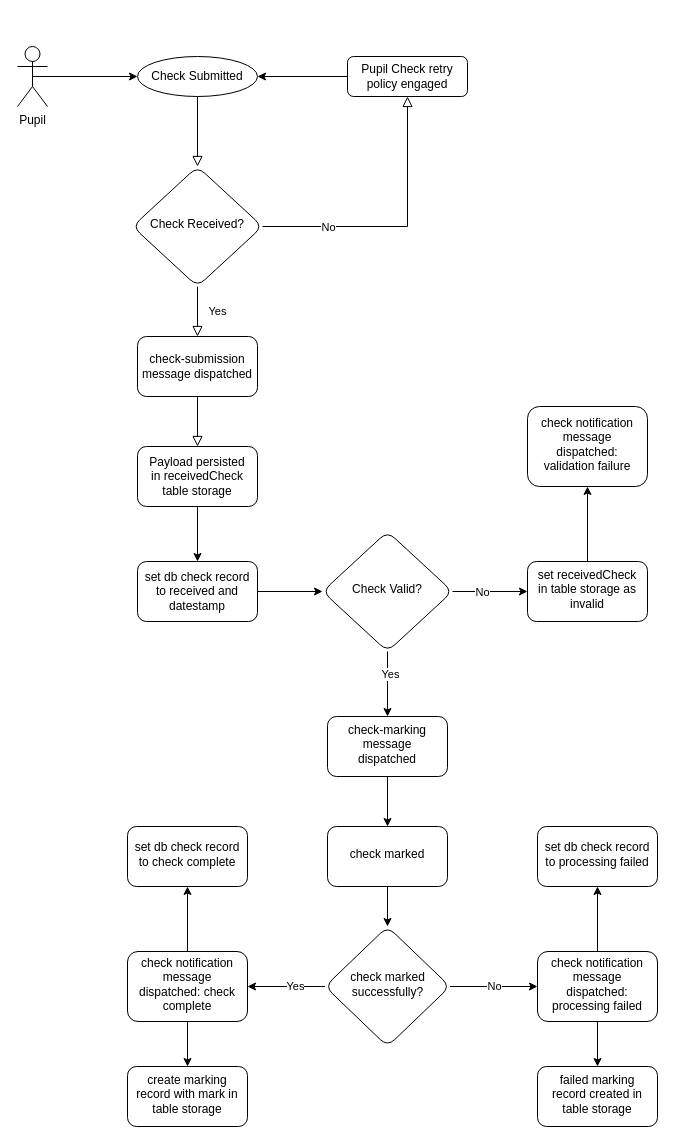
Above: docs/architecture/check-submission/check-submission-flowchart.drawio in DFEAGILEDEVOPS/MTC (draw.io), before the change. Source tidied: cells renumbered, new cells numbered last; positions are measured from the earlier drawing's top-left corner, leaving out a move shared by most shapes. Both pictures are drawn from the tidied source at 100%, with x=0, y=0 at pixel (17, 46).
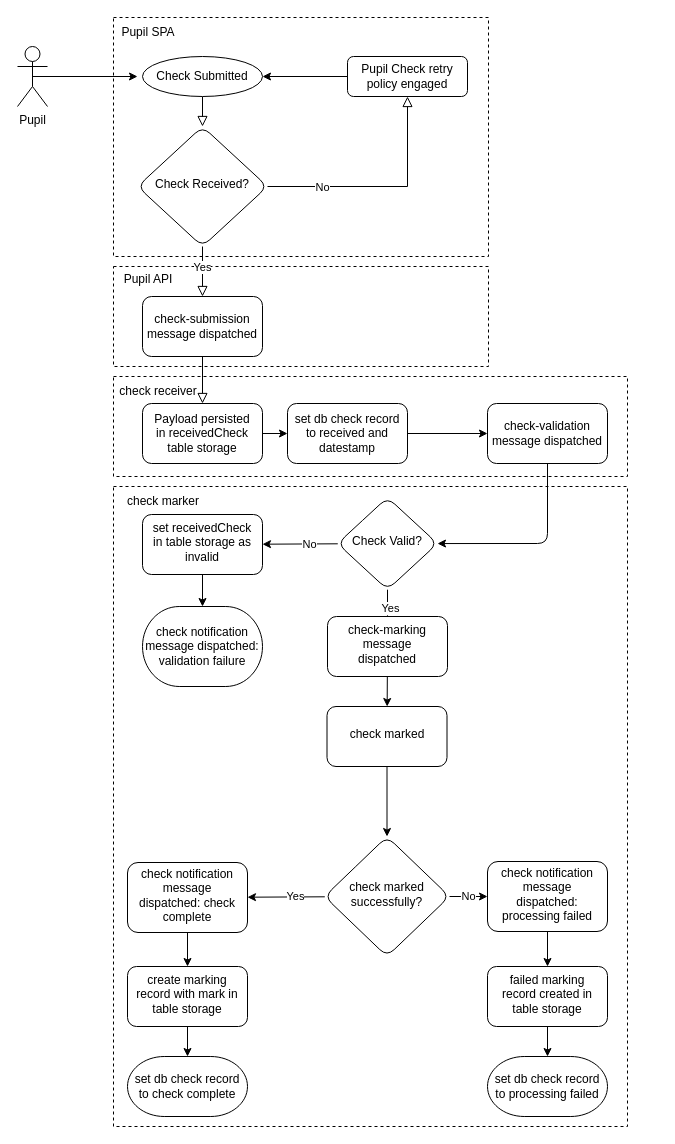
After the change.

Commit message:
add role boundaries

The edit, as a diff of the source:
```diff
@@
+    <mxCell id="44" parent="0" />
+    <mxCell id="45" style="group;" parent="44" vertex="1">
+      <mxGeometry x="96" y="-29" width="375" height="239" as="geometry" />
+    </mxCell>
+    <mxCell id="46" style="rounded=0;whiteSpace=wrap;html=1;dashed=1;fillColor=none;" parent="45" vertex="1">
+      <mxGeometry width="375" height="239" as="geometry" />
+    </mxCell>
+    <mxCell id="47" value="Pupil SPA" style="text;html=1;strokeColor=none;fillColor=none;align=center;verticalAlign=middle;whiteSpace=wrap;rounded=0;dashed=1;opacity=0;" parent="45" vertex="1">
+      <mxGeometry width="70" height="30" as="geometry" />
+    </mxCell>
+    <mxCell id="48" style="group;" parent="44" vertex="1">
+      <mxGeometry x="96" y="220" width="375" height="100" as="geometry" />
+    </mxCell>
+    <mxCell id="49" style="rounded=0;whiteSpace=wrap;html=1;dashed=1;fillColor=none;" parent="48" vertex="1">
+      <mxGeometry width="375" height="100" as="geometry" />
+    </mxCell>
+    <mxCell id="50" value="Pupil API" style="text;html=1;strokeColor=none;fillColor=none;align=center;verticalAlign=middle;whiteSpace=wrap;rounded=0;dashed=1;opacity=0;" parent="48" vertex="1">
+      <mxGeometry width="70" height="25" as="geometry" />
+    </mxCell>
+    <mxCell id="51" style="group;" parent="44" vertex="1">
+      <mxGeometry x="96" y="330" width="514" height="100" as="geometry" />
+    </mxCell>
+    <mxCell id="52" style="rounded=0;whiteSpace=wrap;html=1;dashed=1;fillColor=none;" parent="51" vertex="1">
+      <mxGeometry width="514" height="100" as="geometry" />
+    </mxCell>
+    <mxCell id="53" value="check receiver" style="text;html=1;strokeColor=none;fillColor=none;align=center;verticalAlign=middle;whiteSpace=wrap;rounded=0;dashed=1;" parent="51" vertex="1">
+      <mxGeometry width="90" height="30" as="geometry" />
+    </mxCell>
+    <mxCell id="54" style="rounded=0;whiteSpace=wrap;html=1;dashed=1;fillColor=none;" parent="44" vertex="1">
+      <mxGeometry x="96" y="440" width="514" height="640" as="geometry" />
+    </mxCell>
+    <mxCell id="55" value="check marker" style="text;html=1;strokeColor=none;fillColor=none;align=center;verticalAlign=middle;whiteSpace=wrap;rounded=0;dashed=1;" parent="44" vertex="1">
+      <mxGeometry x="96" y="440" width="100" height="30" as="geometry" />
+    </mxCell>
@@
     <mxCell id="3" value="Check Submitted" style="strokeWidth=1;html=1;shape=mxgraph.flowchart.start_1;whiteSpace=wrap;shadow=0;fontFamily=Helvetica;fontSize=12;fontColor=default;align=center;strokeColor=default;fillColor=default;" parent="1" vertex="1">
-      <mxGeometry x="120" y="10" width="120" height="40" as="geometry" />
+      <mxGeometry x="125" y="10" width="120" height="40" as="geometry" />
     </mxCell>
-    <mxCell id="4" value="Yes" style="rounded=0;html=1;jettySize=auto;fontSize=11;endArrow=block;endFill=0;endSize=8;strokeWidth=1;shadow=0;labelBackgroundColor=none;edgeStyle=orthogonalEdgeStyle;" parent="1" edge="1" source="7" target="12">
+    <mxCell id="4" style="rounded=0;html=1;jettySize=auto;fontSize=11;endArrow=block;endFill=0;endSize=8;strokeWidth=1;shadow=0;labelBackgroundColor=none;edgeStyle=orthogonalEdgeStyle;" parent="1" edge="1" source="7" target="12">
       <mxGeometry y="20" relative="1" as="geometry" />
     </mxCell>
+    <mxCell id="56" value="Yes" style="edgeLabel;html=1;align=center;verticalAlign=middle;" parent="4" vertex="1">
+      <mxGeometry x="-0.2" y="-1" relative="1" as="geometry" />
+    </mxCell>
@@
     <mxCell id="7" value="Check Received?" style="rhombus;whiteSpace=wrap;html=1;shadow=0;fontFamily=Helvetica;fontSize=12;align=center;strokeWidth=1;spacing=6;spacingTop=-4;rounded=1;" parent="1" vertex="1">
-      <mxGeometry x="115" y="120" width="130" height="120" as="geometry" />
+      <mxGeometry x="120" y="80" width="130" height="120" as="geometry" />
     </mxCell>
@@
     <mxCell id="11" value="Payload persisted&lt;div&gt;in receivedCheck table storage&lt;/div&gt;" style="rounded=1;whiteSpace=wrap;html=1;fontSize=12;glass=0;strokeWidth=1;shadow=0;" parent="1" vertex="1">
-      <mxGeometry x="120" y="400" width="120" height="60" as="geometry" />
+      <mxGeometry x="125" y="357" width="120" height="60" as="geometry" />
     </mxCell>
     <mxCell id="12" value="check-submission message dispatched" style="rounded=1;whiteSpace=wrap;html=1;fontSize=12;glass=0;strokeWidth=1;shadow=0;" parent="1" vertex="1">
-      <mxGeometry x="120" y="290" width="120" height="60" as="geometry" />
+      <mxGeometry x="125" y="250" width="120" height="60" as="geometry" />
     </mxCell>
@@
-    <mxCell id="15" style="edgeStyle=orthogonalEdgeStyle;rounded=0;jettySize=auto;html=1;entryX=0;entryY=0.5;entryDx=0;entryDy=0;fontFamily=Helvetica;fontSize=12;fontColor=default;" parent="1" edge="1" source="16" target="22">
-      <mxGeometry relative="1" as="geometry" />
-    </mxCell>
+    <mxCell id="57" style="edgeStyle=none;html=1;" parent="1" edge="1" source="16" target="59">
+      <mxGeometry relative="1" as="geometry" />
+    </mxCell>
     <mxCell id="16" value="set db check record to received and datestamp" style="whiteSpace=wrap;html=1;rounded=1;glass=0;strokeWidth=1;shadow=0;" parent="1" vertex="1">
-      <mxGeometry x="120" y="515" width="120" height="60" as="geometry" />
+      <mxGeometry x="270" y="357" width="120" height="60" as="geometry" />
     </mxCell>
@@
     <mxCell id="22" value="Check Valid?" style="rhombus;whiteSpace=wrap;html=1;shadow=0;fontFamily=Helvetica;fontSize=12;align=center;strokeWidth=1;spacing=6;spacingTop=-4;rounded=1;" parent="1" vertex="1">
-      <mxGeometry x="305" y="485" width="130" height="120" as="geometry" />
+      <mxGeometry x="320" y="450.9" width="100" height="92.3" as="geometry" />
     </mxCell>
@@
     <mxCell id="24" value="check-marking message dispatched" style="whiteSpace=wrap;html=1;shadow=0;strokeWidth=1;spacing=6;spacingTop=-4;rounded=1;glass=0;" parent="1" vertex="1">
-      <mxGeometry x="310" y="670" width="120" height="60" as="geometry" />
+      <mxGeometry x="310" y="570" width="120" height="60" as="geometry" />
     </mxCell>
@@
     <mxCell id="26" value="check marked" style="whiteSpace=wrap;html=1;shadow=0;strokeWidth=1;spacing=6;spacingTop=-4;rounded=1;glass=0;" parent="1" vertex="1">
-      <mxGeometry x="310" y="780" width="120" height="60" as="geometry" />
+      <mxGeometry x="309.5" y="660" width="120" height="60" as="geometry" />
     </mxCell>
@@
     <mxCell id="30" value="check marked successfully?" style="rhombus;whiteSpace=wrap;html=1;shadow=0;strokeWidth=1;spacing=6;spacingTop=-4;rounded=1;glass=0;" parent="1" vertex="1">
-      <mxGeometry x="307.5" y="880" width="125" height="120" as="geometry" />
+      <mxGeometry x="307" y="790" width="125" height="120" as="geometry" />
     </mxCell>
@@
     <mxCell id="32" value="set receivedCheck in table storage as invalid" style="whiteSpace=wrap;html=1;shadow=0;strokeWidth=1;spacing=6;spacingTop=-4;rounded=1;" parent="1" vertex="1">
-      <mxGeometry x="510" y="515" width="120" height="60" as="geometry" />
+      <mxGeometry x="125" y="468" width="120" height="60" as="geometry" />
     </mxCell>
-    <mxCell id="33" value="check notification message dispatched: validation failure" style="whiteSpace=wrap;html=1;shadow=0;strokeWidth=1;spacing=6;spacingTop=-4;rounded=1;" parent="1" vertex="1">
-      <mxGeometry x="510" y="360" width="120" height="80" as="geometry" />
+    <mxCell id="33" value="check notification message dispatched: validation failure" style="strokeWidth=1;html=1;shape=mxgraph.flowchart.terminator;whiteSpace=wrap;shadow=0;fontFamily=Helvetica;fontSize=12;fontColor=default;align=center;strokeColor=default;fillColor=default;" parent="1" vertex="1">
+      <mxGeometry x="125" y="560" width="120" height="80" as="geometry" />
     </mxCell>
-    <mxCell id="34" style="edgeStyle=none;html=1;" parent="1" edge="1" source="36" target="40">
+    <mxCell id="34" style="edgeStyle=none;html=1;exitX=0.5;exitY=1;exitDx=0;exitDy=0;" parent="1" edge="1" source="43" target="40">
       <mxGeometry relative="1" as="geometry" />
     </mxCell>
@@
     <mxCell id="36" value="check notification message dispatched: processing failed" style="whiteSpace=wrap;html=1;shadow=0;strokeWidth=1;spacing=6;spacingTop=-4;rounded=1;glass=0;" parent="1" vertex="1">
-      <mxGeometry x="520" y="905" width="120" height="70" as="geometry" />
+      <mxGeometry x="470" y="815" width="120" height="70" as="geometry" />
     </mxCell>
-    <mxCell id="37" style="edgeStyle=none;html=1;" parent="1" edge="1" source="39" target="41">
+    <mxCell id="37" style="edgeStyle=none;html=1;exitX=0.5;exitY=1;exitDx=0;exitDy=0;" parent="1" edge="1" source="42" target="41">
       <mxGeometry relative="1" as="geometry" />
     </mxCell>
@@
     <mxCell id="39" value="check notification message dispatched: check complete" style="whiteSpace=wrap;html=1;shadow=0;strokeWidth=1;spacing=6;spacingTop=-4;rounded=1;glass=0;" parent="1" vertex="1">
-      <mxGeometry x="110" y="905" width="120" height="70" as="geometry" />
+      <mxGeometry x="110" y="816" width="120" height="70" as="geometry" />
     </mxCell>
-    <mxCell id="40" value="set db check record to processing failed" style="whiteSpace=wrap;html=1;shadow=0;strokeWidth=1;spacing=6;spacingTop=-4;rounded=1;glass=0;" parent="1" vertex="1">
-      <mxGeometry x="520" y="780" width="120" height="60" as="geometry" />
+    <mxCell id="40" value="set db check record to processing failed" style="strokeWidth=1;html=1;shape=mxgraph.flowchart.terminator;whiteSpace=wrap;shadow=0;fontFamily=Helvetica;fontSize=12;fontColor=default;align=center;strokeColor=default;fillColor=default;" parent="1" vertex="1">
+      <mxGeometry x="470" y="1010" width="120" height="60" as="geometry" />
     </mxCell>
-    <mxCell id="41" value="set db check record to check complete" style="whiteSpace=wrap;html=1;shadow=0;strokeWidth=1;spacing=6;spacingTop=-4;rounded=1;glass=0;" parent="1" vertex="1">
-      <mxGeometry x="110" y="780" width="120" height="60" as="geometry" />
+    <mxCell id="41" value="set db check record to check complete" style="strokeWidth=1;html=1;shape=mxgraph.flowchart.terminator;whiteSpace=wrap;shadow=0;fontFamily=Helvetica;fontSize=12;fontColor=default;align=center;strokeColor=default;fillColor=default;" parent="1" vertex="1">
+      <mxGeometry x="110" y="1010" width="120" height="60" as="geometry" />
     </mxCell>
     <mxCell id="42" value="create marking record with mark in table storage" style="whiteSpace=wrap;html=1;shadow=0;strokeWidth=1;spacing=6;spacingTop=-4;rounded=1;glass=0;" parent="1" vertex="1">
-      <mxGeometry x="110" y="1020" width="120" height="60" as="geometry" />
+      <mxGeometry x="110" y="920" width="120" height="60" as="geometry" />
     </mxCell>
     <mxCell id="43" value="failed marking record created in table storage" style="whiteSpace=wrap;html=1;shadow=0;strokeWidth=1;spacing=6;spacingTop=-4;rounded=1;glass=0;" parent="1" vertex="1">
-      <mxGeometry x="520" y="1020" width="120" height="60" as="geometry" />
+      <mxGeometry x="470" y="920" width="120" height="60" as="geometry" />
     </mxCell>
+    <mxCell id="58" style="edgeStyle=none;html=1;entryX=1;entryY=0.5;entryDx=0;entryDy=0;" parent="1" edge="1" source="59" target="22">
+      <mxGeometry relative="1" as="geometry">
+        <Array as="points">
+          <mxPoint x="530" y="497" />
+        </Array>
+      </mxGeometry>
+    </mxCell>
+    <mxCell id="59" value="check-validation message dispatched" style="whiteSpace=wrap;html=1;fillColor=rgb(255, 255, 255);strokeColor=rgb(0, 0, 0);fontColor=rgb(0, 0, 0);rounded=1;glass=0;strokeWidth=1;shadow=0;" parent="1" vertex="1">
+      <mxGeometry x="470" y="357" width="120" height="60" as="geometry" />
+    </mxCell>
```
